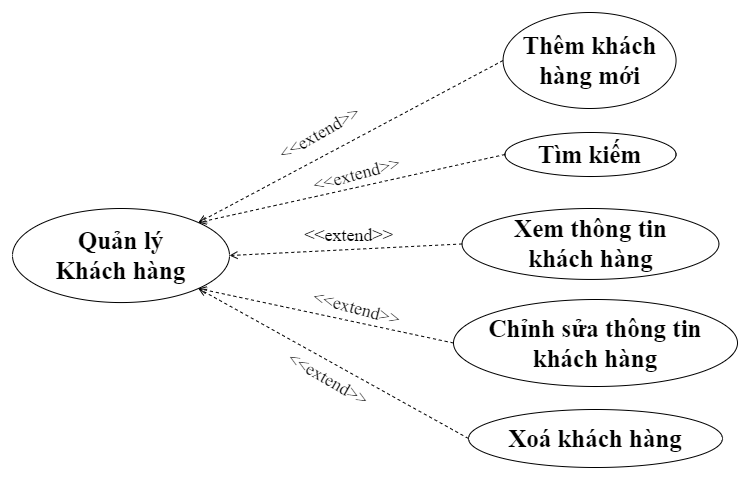
Above: SODO/Usecase/QL khachhang.drawio.png in khuevotan/TaiCamRanh_DATN (draw.io), before the change. Source tidied: cells renumbered, new cells last; positions are measured from the earlier drawing's top-left corner, leaving out a move shared by most shapes.
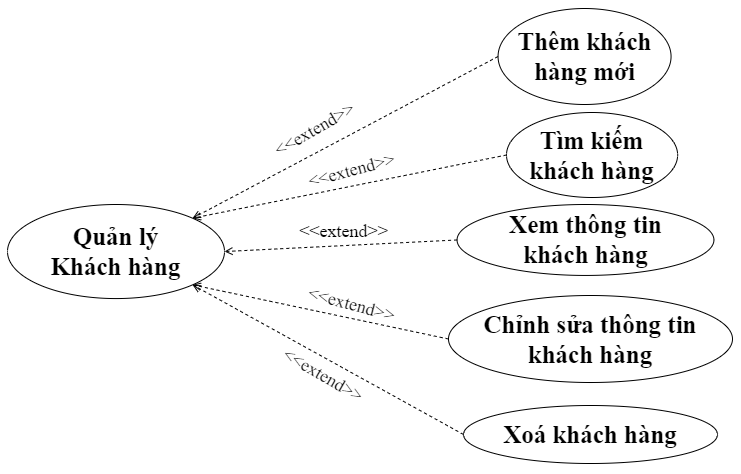
After the commit.

Change to the diagram source:
```diff
@@ -41,8 +41,8 @@
     <mxCell id="14" value="&lt;font style=&quot;font-size: 18px;&quot;&gt;&amp;lt;&amp;lt;extend&amp;gt;&amp;gt;&lt;/font&gt;" style="text;html=1;strokeColor=none;fillColor=none;align=center;verticalAlign=middle;whiteSpace=wrap;rounded=0;fontFamily=Times New Roman;fontSize=18;rotation=15;fontStyle=0;" parent="1" vertex="1">
       <mxGeometry x="304" y="279" width="81" height="34.1" as="geometry" />
     </mxCell>
-    <mxCell id="15" value="&lt;b style=&quot;font-size: 25px;&quot;&gt;Tìm kiếm&lt;/b&gt;" style="ellipse;whiteSpace=wrap;html=1;fontSize=25;fontFamily=Times New Roman;" parent="1" vertex="1">
-      <mxGeometry x="492.4" y="120" width="171.1" height="44" as="geometry" />
+    <mxCell id="15" value="&lt;b style=&quot;font-size: 25px;&quot;&gt;Tìm kiếm&lt;br&gt;khách hàng&lt;br&gt;&lt;/b&gt;" style="ellipse;whiteSpace=wrap;html=1;fontSize=25;fontFamily=Times New Roman;" parent="1" vertex="1">
+      <mxGeometry x="499" y="104" width="171.1" height="85" as="geometry" />
     </mxCell>
     <mxCell id="16" style="edgeStyle=none;html=1;endArrow=open;verticalAlign=bottom;dashed=1;labelBackgroundColor=none;rounded=0;exitX=0;exitY=0.5;exitDx=0;exitDy=0;fontSize=25;entryX=1;entryY=0;entryDx=0;entryDy=0;" parent="1" edge="1" source="15" target="6">
       <mxGeometry relative="1" as="geometry" />
```
